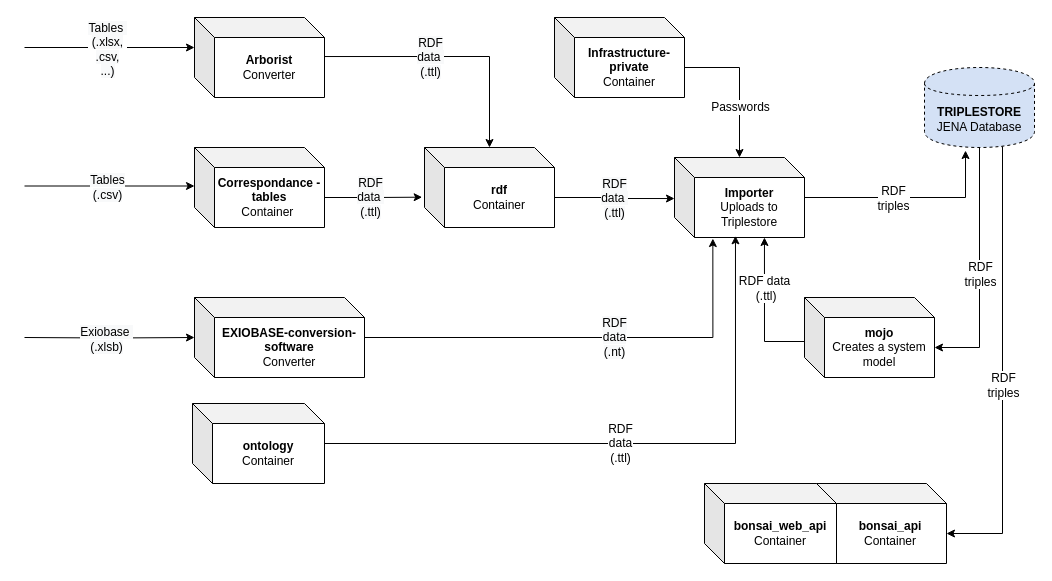
BONSAMURAIS/bonsai keeps this draw.io diagram as Bonsai_git_scheme.drawio. Above is the earlier version. Source tidied: cells renumbered, new cells numbered last; positions are measured from the earlier drawing's top-left corner, leaving out a move shared by most shapes. Both pictures are drawn from the tidied source at 100%, with x=0, y=0 at pixel (24, 17).
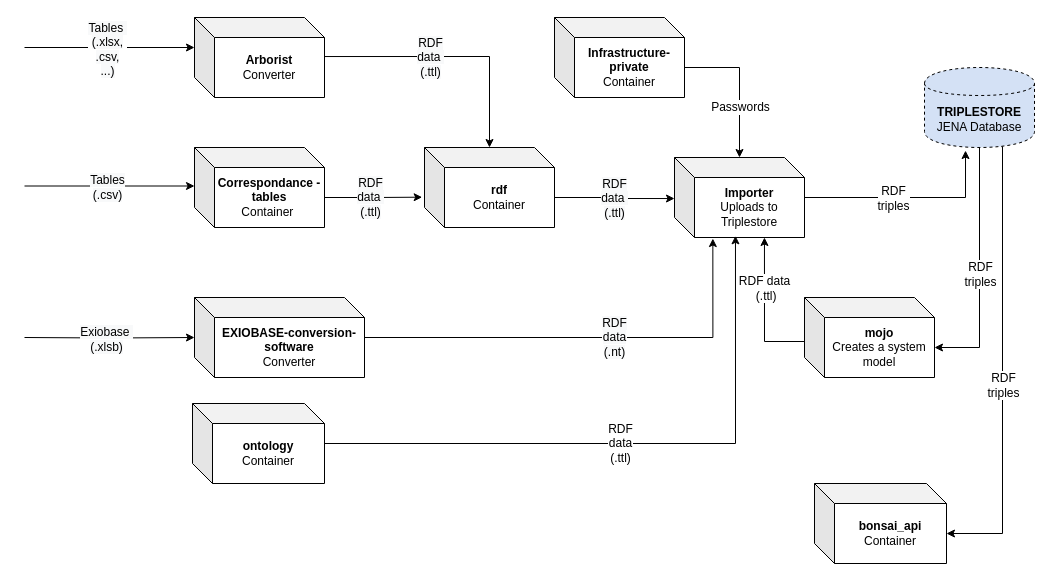
The same diagram, later.

Commit message (it also covers changes not shown here):
updates scheme of repos

Change to the diagram source:
```diff
@@
-    <mxCell id="34" value="&lt;b&gt;bonsai_web_api&lt;/b&gt;&lt;br&gt;Container" style="shape=cube;whiteSpace=wrap;html=1;boundedLbl=1;backgroundOutline=1;darkOpacity=0.05;darkOpacity2=0.1;" parent="1" vertex="1">
-      <mxGeometry x="680" y="466" width="132" height="80" as="geometry" />
-    </mxCell>
```
